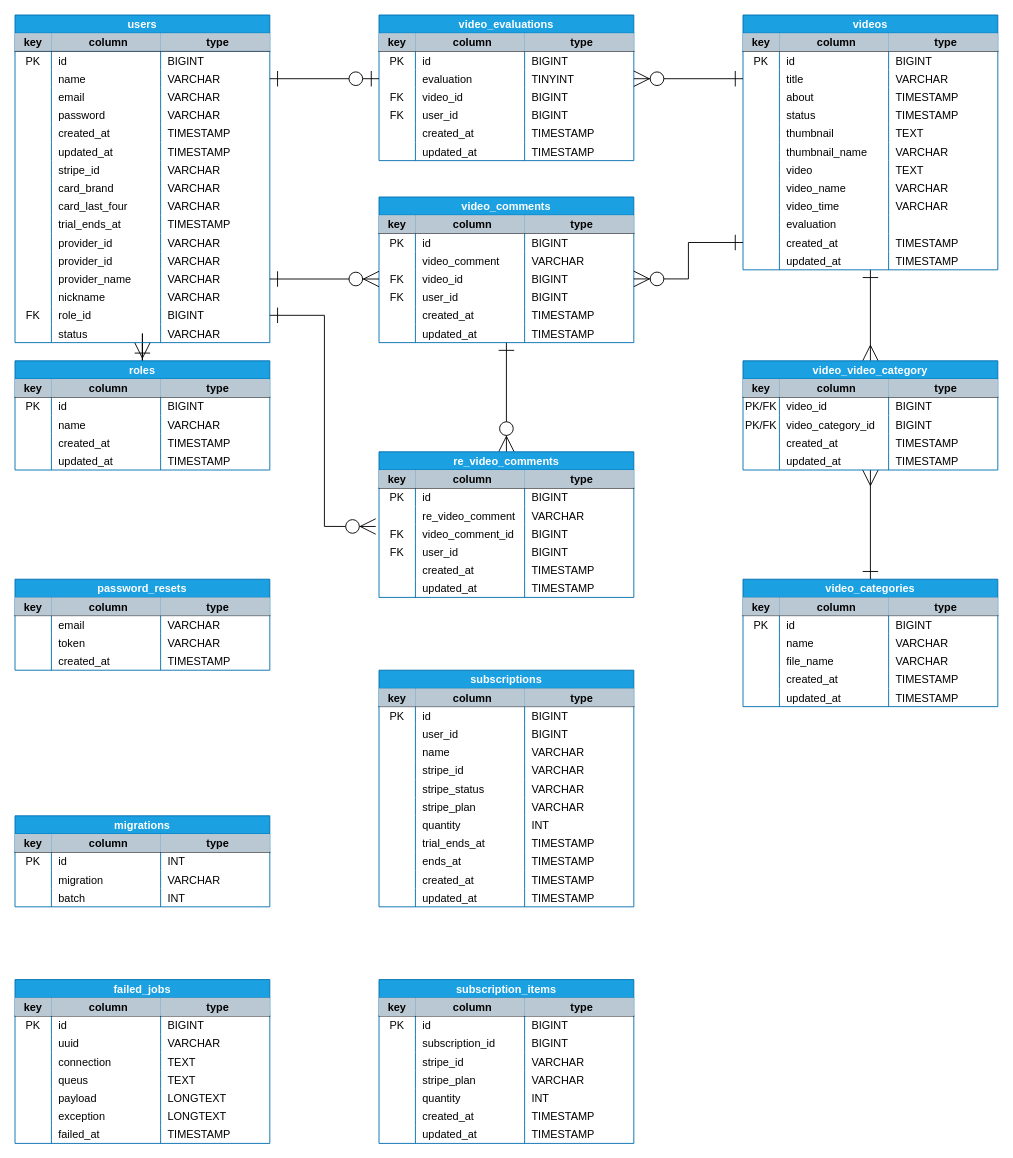
This is ER.dio from kiyo1031r1/laravel-vuejs, a draw.io file, before an edit. Source tidied: cells renumbered, new cells numbered last; positions are measured from the earlier drawing's top-left corner, leaving out a move shared by most shapes. Both pictures are drawn from the tidied source at 91%, with x=0, y=0 at pixel (15, 15).
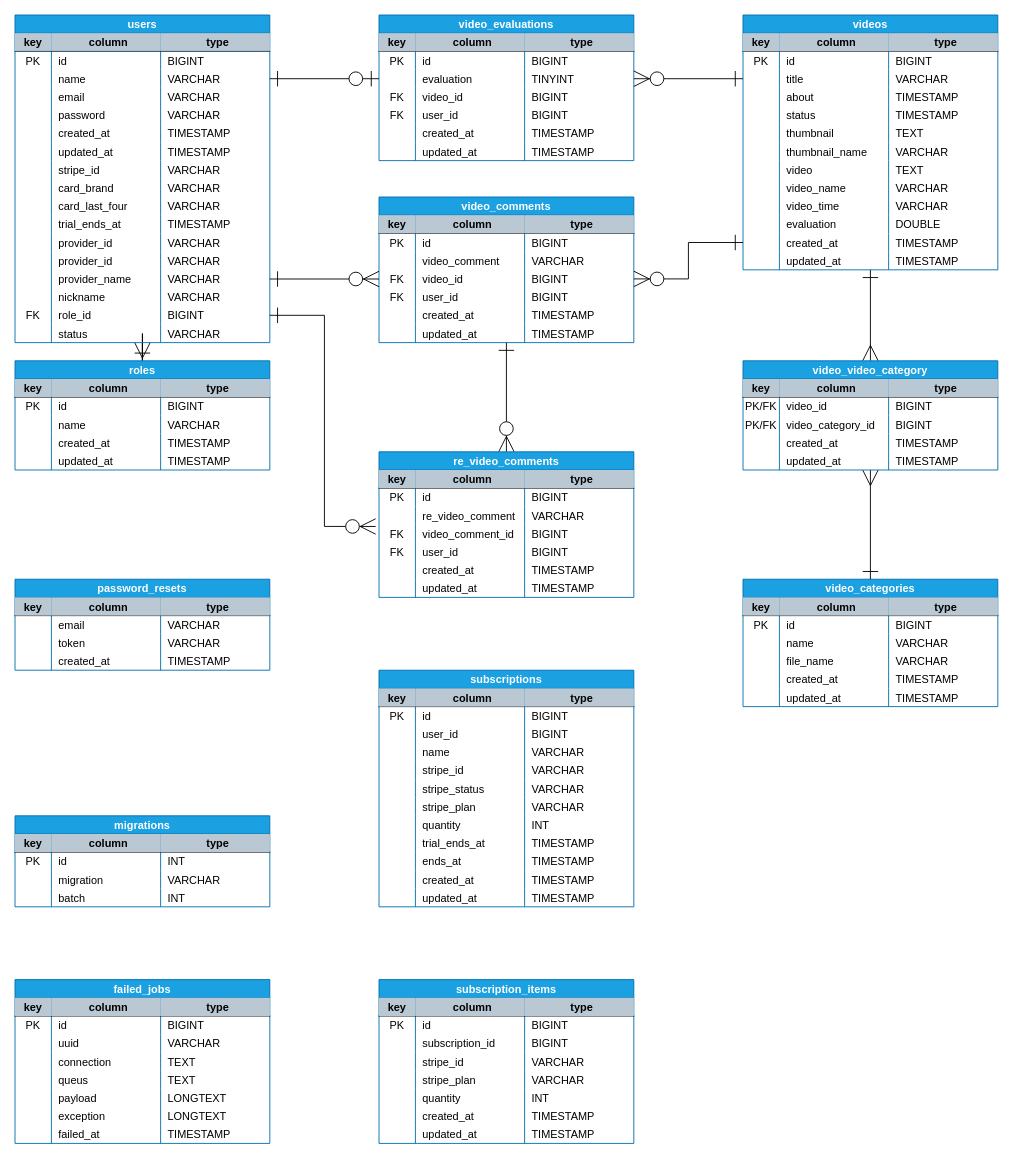
The same diagram, later.

Commit message (it also covers changes not shown here):
readmeに評価の内容を反映

Unchanged cells that the change refers to:
```xml
<mxCell id="135" style="shape=partialRectangle;fillColor=none;top=0;left=0;bottom=0;right=0;" parent="94" vertex="1">
  <mxGeometry y="220" width="280" height="20" as="geometry" />
</mxCell>
```

The edit, as a diff of the source:
```diff
@@
-    <mxCell id="138" style="shape=partialRectangle;fillColor=none;top=0;left=0;bottom=0;right=0;align=left;spacingLeft=6;overflow=hidden;" parent="135" vertex="1">
+    <mxCell id="138" value="DOUBLE" style="shape=partialRectangle;fillColor=none;top=0;left=0;bottom=0;right=0;align=left;spacingLeft=6;overflow=hidden;" parent="135" vertex="1">
       <mxGeometry x="160" width="120" height="20" as="geometry" />
     </mxCell>
```
